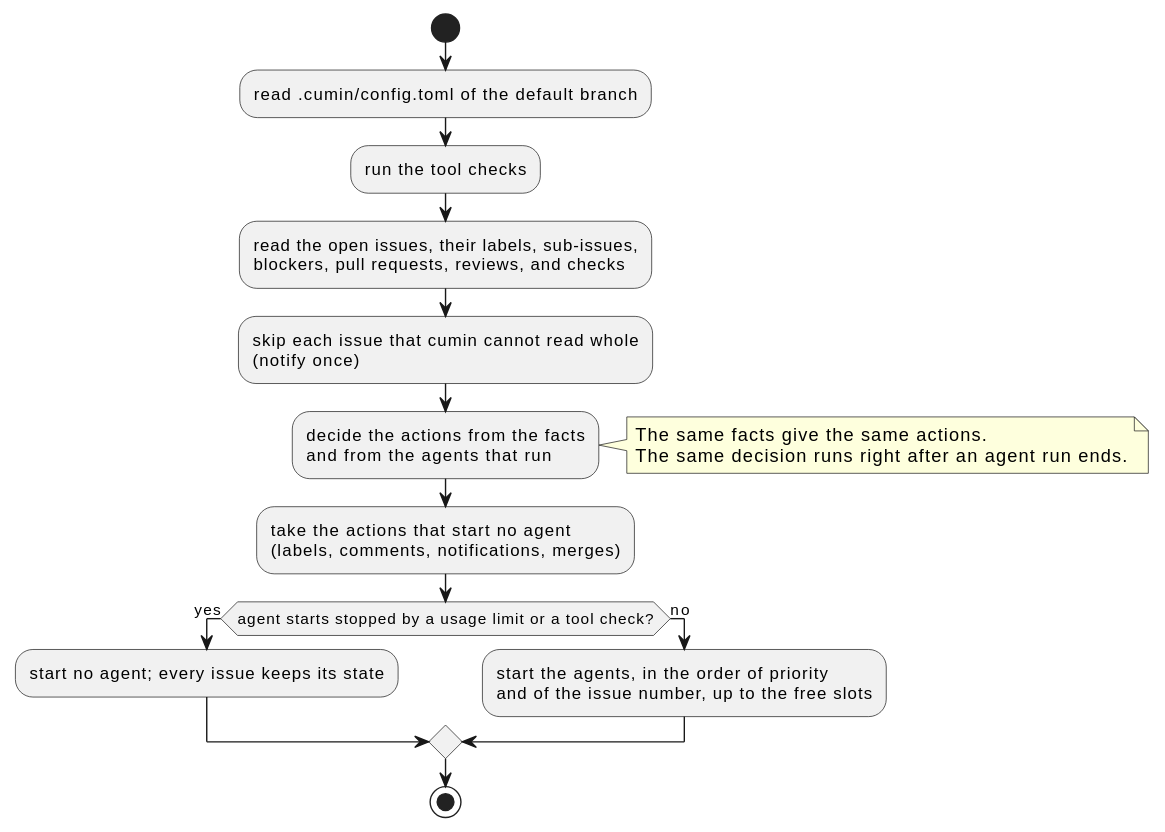
Above: docs/ja/requirements/poll/overview.svg in cloveclovedev/cumin-works (PlantUML), before the change.
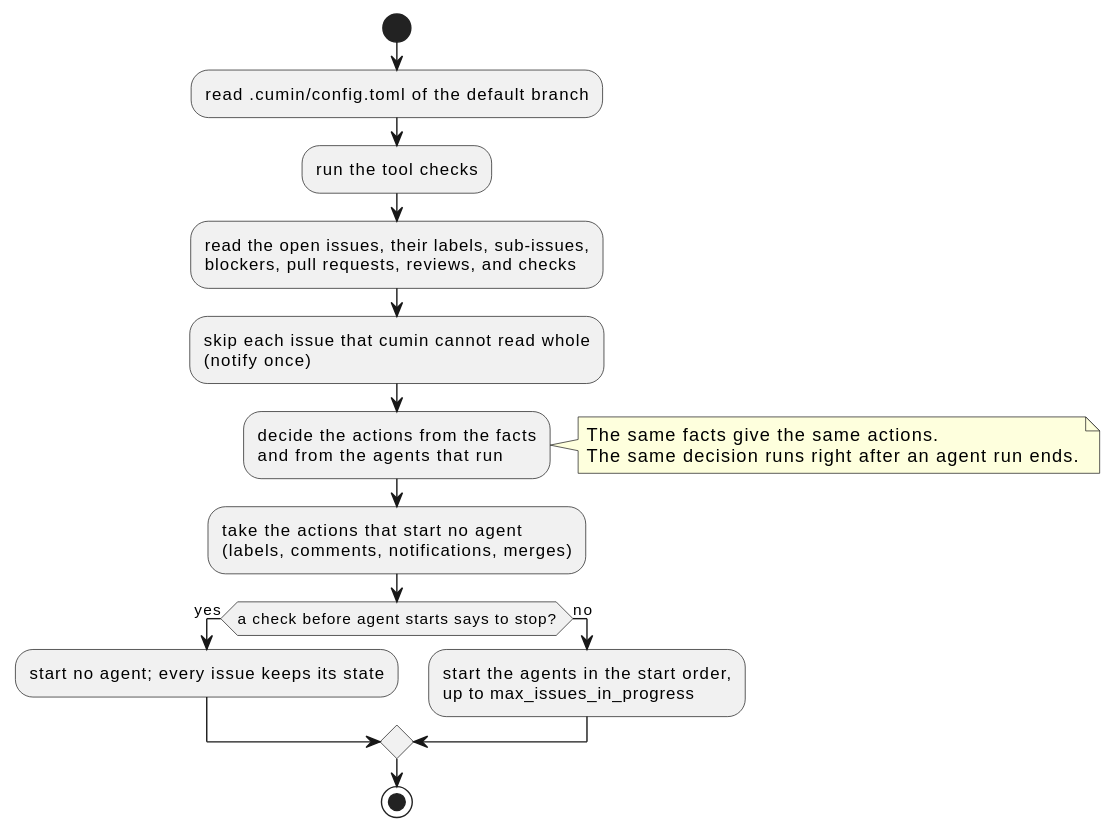
After the commit.

Commit message:
docs(requirements): align POLL with AGENT-002 and drop "same reason"

Refer to AGENT-002 for the conditions that stop agent starts, and show
all of its checks, the start order, and max_issues_in_progress in the
diagram. POLL-010 notifies after three failed polls in a row, whatever
the reasons, and writes the reason in the notification.

Claude-Session: https://claude.ai/code/session_016tkMojagRLLJdZue2gpRyn

Diff of the diagram source:
```diff
@@ -11,10 +11,10 @@
   The same decision runs right after an agent run ends.
 end note
 :take the actions that start no agent\n(labels, comments, notifications, merges);
-if (agent starts stopped by a usage limit or a tool check?) then (yes)
+if (a check before agent starts says to stop?) then (yes)
   :start no agent; every issue keeps its state;
 else (no)
-  :start the agents, in the order of priority\nand of the issue number, up to the free slots;
+  :start the agents in the start order,\nup to max_issues_in_progress;
 endif
 stop
 @enduml
```
